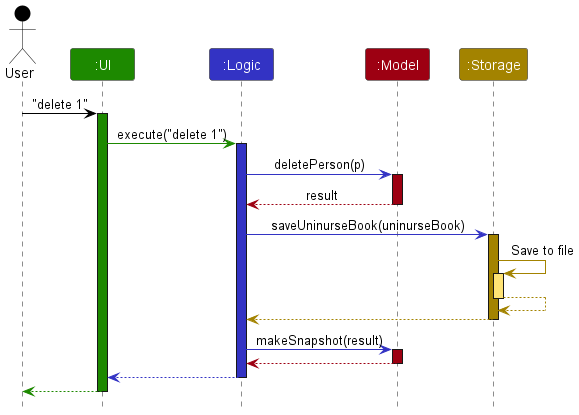
Earlier version of the PlantUML export docs/images/ArchitectureSequenceDiagram.png (nus-cs2103-AY2223S1/tp).
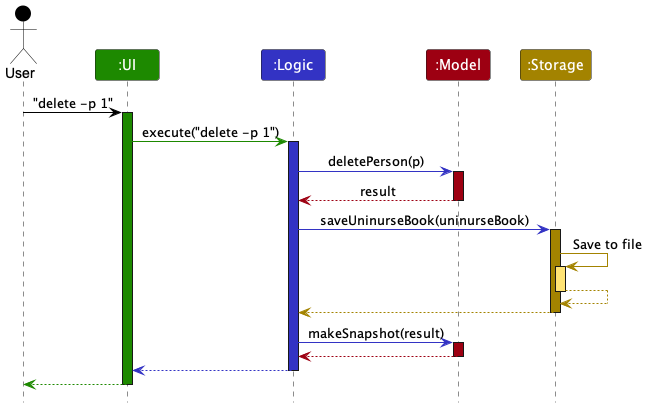
Above is the later version.

Diff of the diagram source:
```diff
@@ -7,10 +7,10 @@
 Participant ":Model" as model MODEL_COLOR
 Participant ":Storage" as storage STORAGE_COLOR
 
-user -[USER_COLOR]> ui : "delete 1"
+user -[USER_COLOR]> ui : "delete -p 1"
 activate ui UI_COLOR
 
-ui -[UI_COLOR]> logic : execute("delete 1")
+ui -[UI_COLOR]> logic : execute("delete -p 1")
 activate logic LOGIC_COLOR
 
 logic -[LOGIC_COLOR]> model : deletePerson(p)
```
